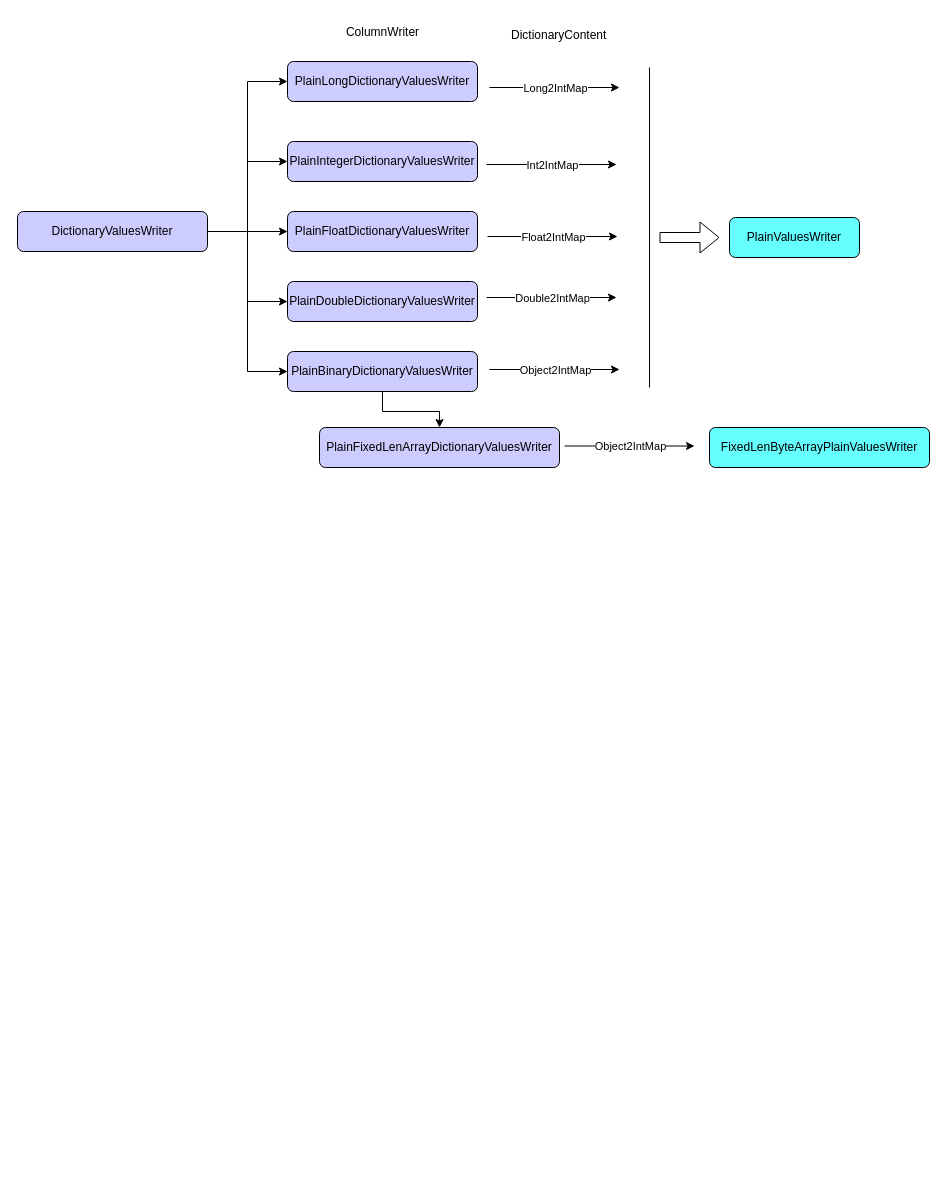
This is page "Parquet" (12 of 12) of Spark.drawio from huangxiaopingRD/diagrams, a draw.io file, before an edit. Source tidied: cells renumbered, new cells numbered last; positions are measured from the earlier drawing's top-left corner, leaving out a move shared by most shapes. Both pictures are drawn from the tidied source at 100%, with x=0, y=0 at pixel (17, 17).
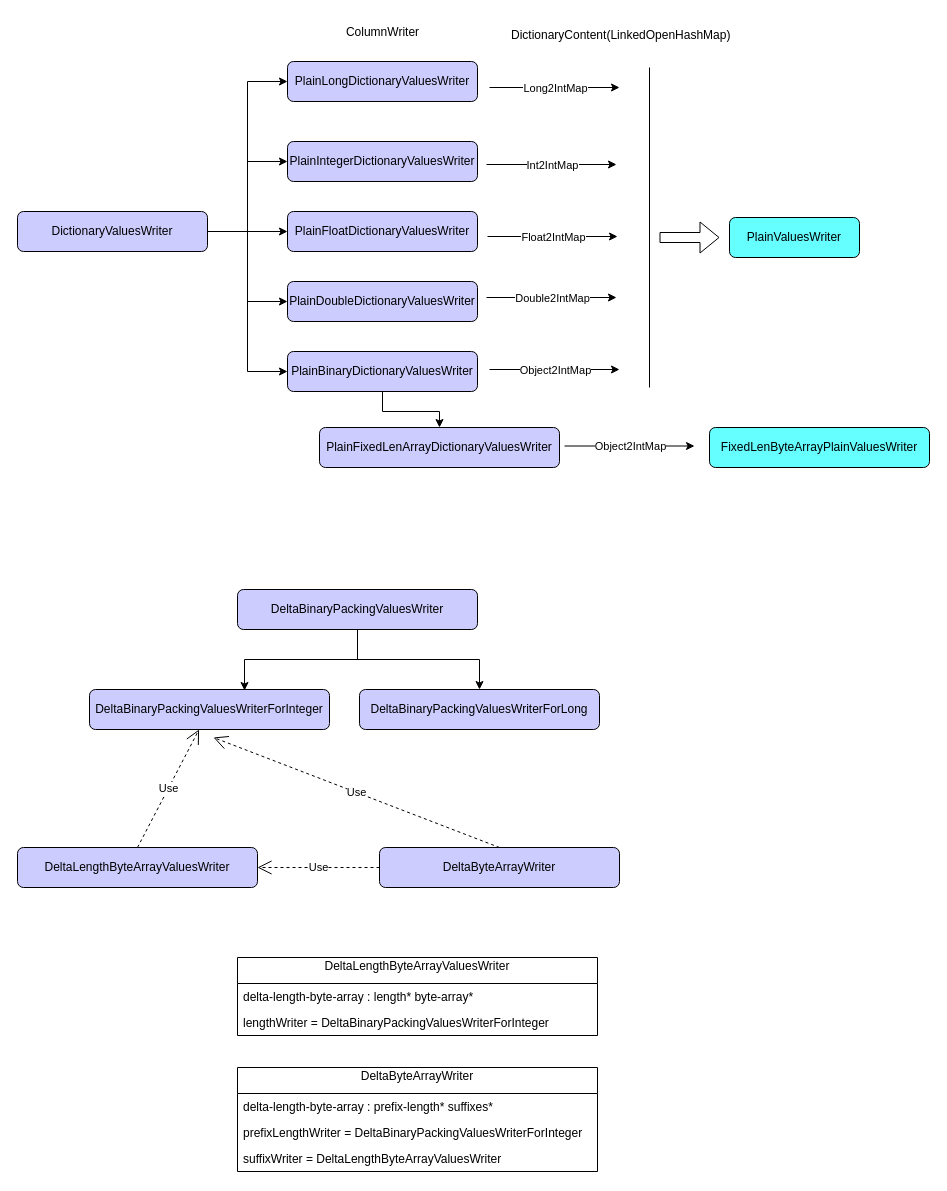
The same diagram, later.

Diff of the diagram source:
```diff
@@
-    <mxCell id="30" value="DictionaryContent" style="text;whiteSpace=wrap;" parent="1" vertex="1">
+    <mxCell id="30" value="DictionaryContent(LinkedOpenHashMap)" style="text;whiteSpace=wrap;" parent="1" vertex="1">
       <mxGeometry x="492" y="4" width="130" height="40" as="geometry" />
     </mxCell>
@@
+    <mxCell id="33" style="edgeStyle=orthogonalEdgeStyle;rounded=0;jettySize=auto;html=1;" parent="1" edge="1" source="34" target="36">
+      <mxGeometry relative="1" as="geometry" />
+    </mxCell>
+    <mxCell id="34" value="DeltaBinaryPackingValuesWriter" style="rounded=1;whiteSpace=wrap;html=1;fillColor=#CCCCFF;" parent="1" vertex="1">
+      <mxGeometry x="220" y="572" width="240" height="40" as="geometry" />
+    </mxCell>
+    <mxCell id="35" value="DeltaBinaryPackingValuesWriterForInteger" style="rounded=1;whiteSpace=wrap;html=1;fillColor=#CCCCFF;" parent="1" vertex="1">
+      <mxGeometry x="72" y="672" width="240" height="40" as="geometry" />
+    </mxCell>
+    <mxCell id="36" value="DeltaBinaryPackingValuesWriterForLong" style="rounded=1;whiteSpace=wrap;html=1;fillColor=#CCCCFF;" parent="1" vertex="1">
+      <mxGeometry x="342" y="672" width="240" height="40" as="geometry" />
+    </mxCell>
+    <mxCell id="37" style="edgeStyle=orthogonalEdgeStyle;rounded=0;jettySize=auto;html=1;entryX=0.646;entryY=0.025;entryDx=0;entryDy=0;entryPerimeter=0;" parent="1" edge="1" source="34" target="35">
+      <mxGeometry relative="1" as="geometry" />
+    </mxCell>
+    <mxCell id="38" value="DeltaLengthByteArrayValuesWriter" style="rounded=1;whiteSpace=wrap;html=1;fillColor=#CCCCFF;" parent="1" vertex="1">
+      <mxGeometry y="830" width="240" height="40" as="geometry" />
+    </mxCell>
+    <mxCell id="39" value="&lt;pre style=&quot;background-color: rgb(43, 43, 43); color: rgb(169, 183, 198); font-family: &amp;quot;JetBrains Mono&amp;quot;, monospace; font-size: 9.8pt;&quot;&gt;&lt;br&gt;&lt;/pre&gt;" style="text;whiteSpace=wrap;html=1;" parent="1" vertex="1">
+      <mxGeometry x="2" y="340" width="190" height="70" as="geometry" />
+    </mxCell>
+    <mxCell id="40" value="&lt;h1 style=&quot;margin-top: 0px;&quot;&gt;&lt;span style=&quot;font-weight: 400;&quot;&gt;&lt;font style=&quot;font-size: 12px;&quot;&gt;DeltaByteArrayWriter&lt;/font&gt;&lt;/span&gt;&lt;/h1&gt;" style="swimlane;fontStyle=0;horizontal=1;startSize=26;fillColor=none;whiteSpace=wrap;html=1;" parent="1" vertex="1">
+      <mxGeometry x="220" y="1050" width="360" height="104" as="geometry" />
+    </mxCell>
+    <mxCell id="41" value="delta-length-byte-array : prefix-length* suffixes*" style="text;strokeColor=none;fillColor=none;align=left;verticalAlign=top;spacingLeft=4;spacingRight=4;overflow=hidden;whiteSpace=wrap;html=1;" parent="40" vertex="1">
+      <mxGeometry y="26" width="360" height="26" as="geometry" />
+    </mxCell>
+    <mxCell id="42" value="prefixLengthWriter = DeltaBinaryPackingValuesWriterForInteger" style="text;strokeColor=none;fillColor=none;align=left;verticalAlign=top;spacingLeft=4;spacingRight=4;overflow=hidden;whiteSpace=wrap;html=1;" parent="40" vertex="1">
+      <mxGeometry y="52" width="360" height="26" as="geometry" />
+    </mxCell>
+    <mxCell id="43" value="suffixWriter = DeltaLengthByteArrayValuesWriter" style="text;strokeColor=none;fillColor=none;align=left;verticalAlign=top;spacingLeft=4;spacingRight=4;overflow=hidden;whiteSpace=wrap;html=1;" parent="40" vertex="1">
+      <mxGeometry y="78" width="360" height="26" as="geometry" />
+    </mxCell>
+    <mxCell id="44" value="DeltaByteArrayWriter" style="rounded=1;whiteSpace=wrap;html=1;fillColor=#CCCCFF;" parent="1" vertex="1">
+      <mxGeometry x="362" y="830" width="240" height="40" as="geometry" />
+    </mxCell>
+    <mxCell id="45" value="&lt;h1 style=&quot;margin-top: 0px;&quot;&gt;&lt;span style=&quot;font-size: 12px; font-weight: 400;&quot;&gt;DeltaLengthByteArrayValuesWriter&lt;/span&gt;&lt;/h1&gt;" style="swimlane;fontStyle=0;horizontal=1;startSize=26;fillColor=none;whiteSpace=wrap;html=1;align=center;" parent="1" vertex="1">
+      <mxGeometry x="220" y="940" width="360" height="78" as="geometry" />
+    </mxCell>
+    <mxCell id="46" value="delta-length-byte-array : length* byte-array*" style="text;strokeColor=none;fillColor=none;align=left;verticalAlign=top;spacingLeft=4;spacingRight=4;overflow=hidden;whiteSpace=wrap;html=1;" parent="45" vertex="1">
+      <mxGeometry y="26" width="360" height="26" as="geometry" />
+    </mxCell>
+    <mxCell id="47" value="lengthWriter = DeltaBinaryPackingValuesWriterForInteger" style="text;strokeColor=none;fillColor=none;align=left;verticalAlign=top;spacingLeft=4;spacingRight=4;overflow=hidden;whiteSpace=wrap;html=1;" parent="45" vertex="1">
+      <mxGeometry y="52" width="360" height="26" as="geometry" />
+    </mxCell>
+    <mxCell id="48" value="Use" style="endArrow=open;endSize=12;dashed=1;html=1;rounded=0;exitX=0.5;exitY=0;exitDx=0;exitDy=0;" parent="1" edge="1" source="38" target="35">
+      <mxGeometry relative="1" as="geometry" />
+    </mxCell>
+    <mxCell id="49" value="Use" style="endArrow=open;endSize=12;dashed=1;html=1;rounded=0;exitX=0.5;exitY=0;exitDx=0;exitDy=0;" parent="1" edge="1" source="44">
+      <mxGeometry relative="1" as="geometry">
+        <mxPoint x="196" y="720" as="targetPoint" />
+      </mxGeometry>
+    </mxCell>
+    <mxCell id="50" value="Use" style="endArrow=open;endSize=12;dashed=1;html=1;rounded=0;exitX=0;exitY=0.5;exitDx=0;exitDy=0;entryX=1;entryY=0.5;entryDx=0;entryDy=0;" parent="1" edge="1" source="44" target="38">
+      <mxGeometry relative="1" as="geometry" />
+    </mxCell>
```
